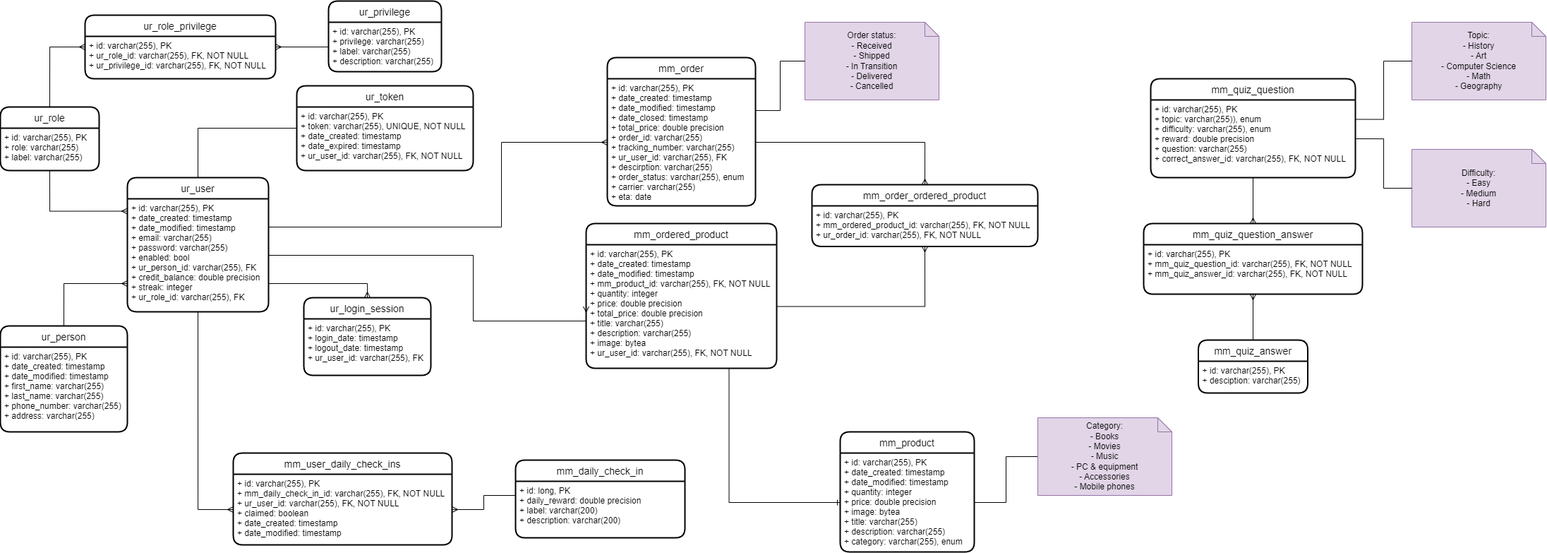
Earlier version of the draw.io export EMT_diagrams-ER models-final.drawio.png (bbozilov26/EMT_2023_backend). Source tidied: cells renumbered, new cells last; positions are measured from the earlier drawing's top-left corner, leaving out a move shared by most shapes.
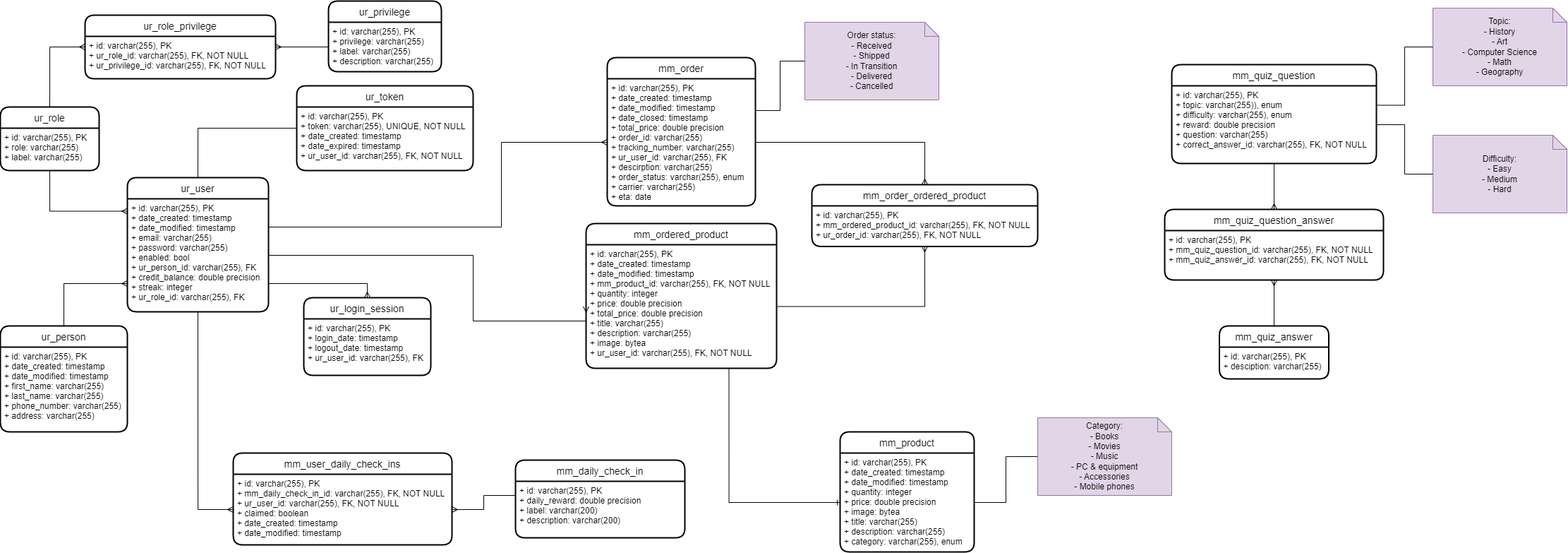
The same file after the commit.

Diff of the diagram source:
```diff
@@ -72,13 +72,13 @@
       <mxGeometry y="30" width="190" height="140" as="geometry" />
     </mxCell>
     <mxCell id="25" value="Topic:&lt;br&gt;- History&lt;br&gt;- Art&lt;br&gt;- Computer Science&lt;br&gt;- Math&lt;br&gt;- Geography" style="shape=note;size=20;whiteSpace=wrap;html=1;fillColor=#e1d5e7;strokeColor=#9673a6;" parent="1" vertex="1">
-      <mxGeometry x="2000" y="30" width="190" height="110" as="geometry" />
+      <mxGeometry x="2030" y="10" width="190" height="110" as="geometry" />
     </mxCell>
     <mxCell id="26" value="Difficulty:&lt;br&gt;- Easy&lt;br&gt;- Medium&lt;br&gt;- Hard" style="shape=note;size=20;whiteSpace=wrap;html=1;fillColor=#e1d5e7;strokeColor=#9673a6;" parent="1" vertex="1">
-      <mxGeometry x="2000" y="210" width="190" height="110" as="geometry" />
+      <mxGeometry x="2030" y="190" width="190" height="110" as="geometry" />
     </mxCell>
     <mxCell id="27" value="mm_quiz_question" style="swimlane;horizontal=1;startSize=30;rounded=1;fontSize=14;fontStyle=0;strokeWidth=2;shadow=0;dashed=0;align=center;" parent="1" vertex="1">
-      <mxGeometry x="1630" y="110" width="290" height="140" as="geometry" />
+      <mxGeometry x="1660" y="90" width="290" height="140" as="geometry" />
     </mxCell>
     <mxCell id="28" value="+ id: varchar(255), PK&#10;+ topic: varchar(255)), enum&#10;+ difficulty: varchar(255), enum&#10;+ reward: double precision&#10;+ question: varchar(255)&#10;+ correct_answer_id: varchar(255), FK, NOT NULL " style="align=left;strokeColor=none;fillColor=none;spacingLeft=4;fontSize=12;verticalAlign=top;" parent="27" vertex="1">
       <mxGeometry y="30" width="290" height="110" as="geometry" />
@@ -90,7 +90,7 @@
       <mxGeometry relative="1" as="geometry" />
     </mxCell>
     <mxCell id="31" value="mm_quiz_answer" style="swimlane;horizontal=1;startSize=30;rounded=1;fontSize=14;fontStyle=0;strokeWidth=2;shadow=0;dashed=0;align=center;" parent="1" vertex="1">
-      <mxGeometry x="1697.5" y="480" width="155" height="75" as="geometry" />
+      <mxGeometry x="1727.5" y="460" width="155" height="75" as="geometry" />
     </mxCell>
     <mxCell id="32" value="+ id: varchar(255), PK&#10;+ desciption: varchar(255)" style="align=left;strokeColor=none;fillColor=none;spacingLeft=4;fontSize=12;verticalAlign=top;" parent="31" vertex="1">
       <mxGeometry y="30" width="155" height="45" as="geometry" />
@@ -101,7 +101,7 @@
     <mxCell id="34" value="mm_daily_check_in" style="swimlane;horizontal=1;startSize=30;rounded=1;fontSize=14;fontStyle=0;strokeWidth=2;shadow=0;dashed=0;align=center;" parent="1" vertex="1">
       <mxGeometry x="730" y="650" width="240" height="110" as="geometry" />
     </mxCell>
-    <mxCell id="35" value="+ id: long, PK&#10;+ daily_reward: double precision&#10;+ label: varchar(200)&#10;+ description: varchar(200)" style="align=left;strokeColor=none;fillColor=none;spacingLeft=4;fontSize=12;verticalAlign=top;" parent="34" vertex="1">
+    <mxCell id="35" value="+ id: varchar(255), PK&#10;+ daily_reward: double precision&#10;+ label: varchar(200)&#10;+ description: varchar(200)" style="align=left;strokeColor=none;fillColor=none;spacingLeft=4;fontSize=12;verticalAlign=top;" parent="34" vertex="1">
       <mxGeometry y="30" width="240" height="80" as="geometry" />
     </mxCell>
     <mxCell id="36" value="mm_user_daily_check_ins" style="swimlane;horizontal=1;startSize=30;rounded=1;fontSize=14;fontStyle=0;strokeWidth=2;shadow=0;dashed=0;align=center;" parent="1" vertex="1">
@@ -135,7 +135,7 @@
       <mxGeometry x="1470" y="590" width="190" height="110" as="geometry" />
     </mxCell>
     <mxCell id="46" value="mm_quiz_question_answer" style="swimlane;horizontal=1;startSize=30;rounded=1;fontSize=14;fontStyle=0;strokeWidth=2;shadow=0;dashed=0;align=center;" parent="1" vertex="1">
-      <mxGeometry x="1620" y="315" width="310" height="100" as="geometry" />
+      <mxGeometry x="1650" y="295" width="310" height="100" as="geometry" />
     </mxCell>
     <mxCell id="47" value="+ id: varchar(255), PK&#10;+ mm_quiz_question_id: varchar(255), FK, NOT NULL&#10;+ mm_quiz_answer_id: varchar(255), FK, NOT NULL" style="align=left;strokeColor=none;fillColor=none;spacingLeft=4;fontSize=12;verticalAlign=top;" parent="46" vertex="1">
       <mxGeometry y="30" width="310" height="70" as="geometry" />
```
